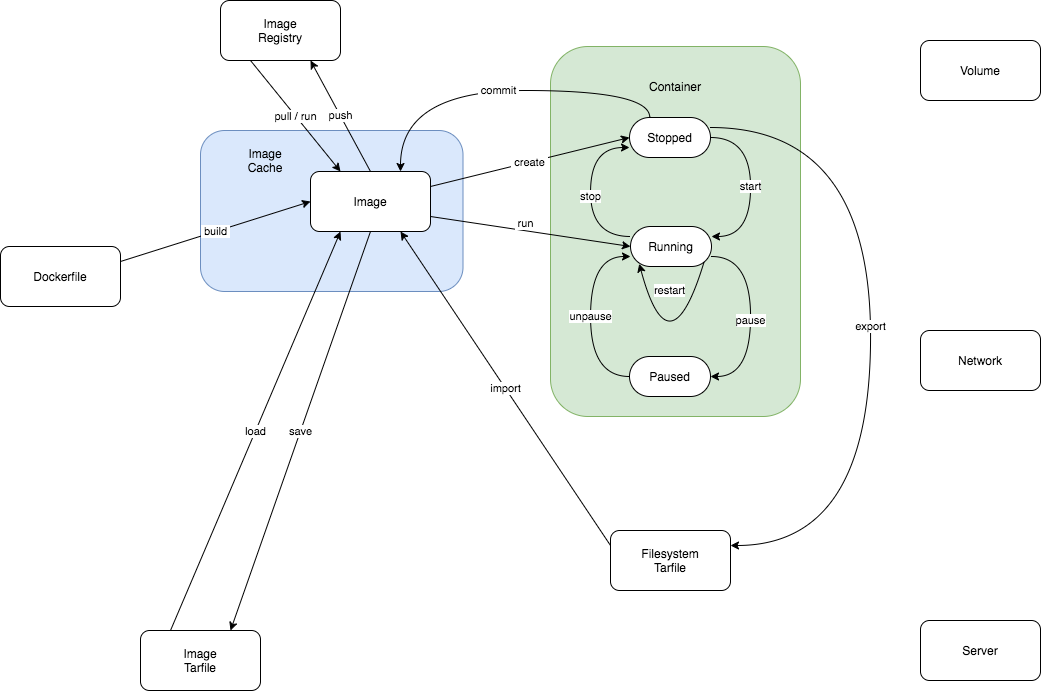
Earlier version of the draw.io export draw.io/Docker.flow.png (rwcitek/docker). Source tidied: cells renumbered, new cells last; positions are measured from the earlier drawing's top-left corner, leaving out a move shared by most shapes.
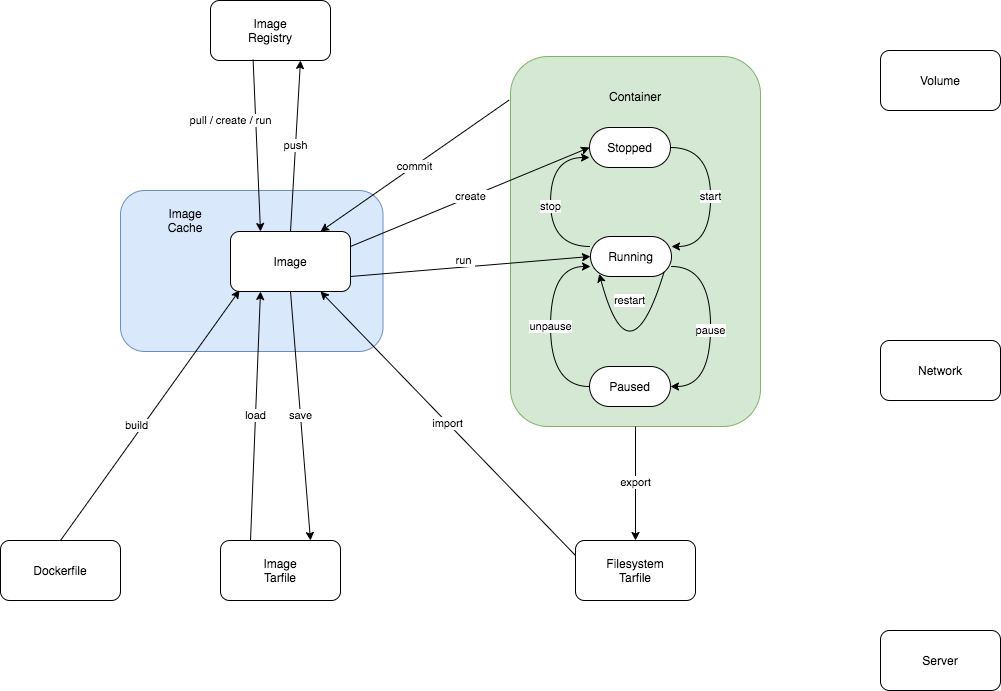
The same file after the commit.

What changed in the source:
```diff
@@ -3,19 +3,19 @@
     <mxCell id="0" />
     <mxCell id="1" parent="0" />
     <mxCell id="2" style="rounded=1;whiteSpace=wrap;html=1;fillColor=#dae8fc;strokeColor=#6c8ebf;" parent="1" vertex="1">
-      <mxGeometry x="200" y="130" width="262.5" height="161" as="geometry" />
+      <mxGeometry x="160" y="180" width="262.5" height="161" as="geometry" />
     </mxCell>
     <mxCell id="3" style="rounded=1;whiteSpace=wrap;html=1;fillColor=#d5e8d4;strokeColor=#82b366;" parent="1" vertex="1">
       <mxGeometry x="550" y="46" width="250" height="370" as="geometry" />
     </mxCell>
     <mxCell id="4" value="Image&lt;br&gt;Registry" style="whiteSpace=wrap;html=1;rounded=1;shadow=0;glass=0;strokeWidth=1;fontColor=#000000;" parent="1" vertex="1">
-      <mxGeometry x="220" width="120" height="60" as="geometry" />
+      <mxGeometry x="250" y="-10" width="120" height="60" as="geometry" />
     </mxCell>
     <mxCell id="5" value="&amp;nbsp;create &lt;br&gt;" style="rounded=0;html=1;exitX=1;exitY=0.25;entryX=0;entryY=0.5;jettySize=auto;" parent="1" edge="1" source="6" target="13">
       <mxGeometry relative="1" as="geometry" />
     </mxCell>
     <mxCell id="6" value="Image" style="whiteSpace=wrap;html=1;rounded=1;shadow=0;glass=0;strokeWidth=1;fontColor=#000000;" parent="1" vertex="1">
-      <mxGeometry x="310" y="171" width="120" height="60" as="geometry" />
+      <mxGeometry x="270" y="221" width="120" height="60" as="geometry" />
     </mxCell>
     <mxCell id="7" value="Volume&lt;br&gt;" style="whiteSpace=wrap;html=1;rounded=1;shadow=0;glass=0;strokeWidth=1;fontColor=#000000;" parent="1" vertex="1">
       <mxGeometry x="920" y="40" width="120" height="60" as="geometry" />
@@ -24,13 +24,13 @@
       <mxGeometry x="920" y="620" width="120" height="60" as="geometry" />
     </mxCell>
     <mxCell id="9" value="Filesystem&lt;br&gt;Tarfile&lt;br&gt;" style="whiteSpace=wrap;html=1;rounded=1;shadow=0;glass=0;strokeWidth=1;fontColor=#000000;" parent="1" vertex="1">
-      <mxGeometry x="610" y="530" width="120" height="60" as="geometry" />
+      <mxGeometry x="615" y="530" width="120" height="60" as="geometry" />
     </mxCell>
     <mxCell id="10" value="Image&lt;br&gt;Tarfile&lt;br&gt;" style="whiteSpace=wrap;html=1;rounded=1;shadow=0;glass=0;strokeWidth=1;fontColor=#000000;" parent="1" vertex="1">
-      <mxGeometry x="140" y="630" width="120" height="60" as="geometry" />
+      <mxGeometry x="260" y="530" width="120" height="60" as="geometry" />
     </mxCell>
     <mxCell id="11" value="Dockerfile" style="whiteSpace=wrap;html=1;rounded=1;shadow=0;glass=0;strokeWidth=1;fontColor=#000000;" parent="1" vertex="1">
-      <mxGeometry y="246" width="120" height="60" as="geometry" />
+      <mxGeometry x="40" y="530" width="120" height="60" as="geometry" />
     </mxCell>
     <mxCell id="12" value="start" style="rounded=1;html=1;exitX=1;exitY=0.5;entryX=1;entryY=0.25;startArrow=none;startFill=0;endArrow=classic;endFill=1;strokeColor=#000000;fontColor=#000000;edgeStyle=orthogonalEdgeStyle;curved=1;" parent="1" edge="1" source="13" target="17">
       <mxGeometry relative="1" as="geometry">
@@ -80,8 +80,8 @@
     <mxCell id="19" value="Paused" style="rounded=1;whiteSpace=wrap;html=1;shadow=0;glass=0;strokeWidth=1;fontColor=#000000;arcSize=50;direction=east;" parent="1" vertex="1">
       <mxGeometry x="629" y="356" width="81" height="40" as="geometry" />
     </mxCell>
-    <mxCell id="20" value="&amp;nbsp;build &lt;br&gt;" style="endArrow=classic;html=1;exitX=1;exitY=0.25;entryX=0;entryY=0.5;" parent="1" edge="1" source="11" target="6">
-      <mxGeometry relative="1" as="geometry" />
+    <mxCell id="20" value="&amp;nbsp;build &lt;br&gt;" style="endArrow=classic;html=1;exitX=0.5;exitY=0;entryX=0.076;entryY=0.979;exitDx=0;exitDy=0;entryDx=0;entryDy=0;entryPerimeter=0;" parent="1" edge="1" source="11" target="6">
+      <mxGeometry x="-0.1" y="5" relative="1" as="geometry" />
     </mxCell>
     <mxCell id="21" value="Container" style="text;html=1;strokeColor=none;fillColor=none;align=center;verticalAlign=middle;whiteSpace=wrap;overflow=hidden;direction=south;" parent="1" vertex="1">
       <mxGeometry x="630" y="66" width="90" height="40" as="geometry" />
@@ -89,8 +89,8 @@
     <mxCell id="22" value="&amp;nbsp;run &lt;br&gt;" style="endArrow=classic;html=1;entryX=0;entryY=0.5;exitX=1;exitY=0.75;" parent="1" edge="1" source="6" target="17">
       <mxGeometry x="-0.05" y="7" relative="1" as="geometry" />
     </mxCell>
-    <mxCell id="23" value="pull / run&lt;br&gt;" style="endArrow=classic;html=1;exitX=0.25;exitY=1;entryX=0.25;entryY=0;" parent="1" edge="1" source="4" target="6">
-      <mxGeometry relative="1" as="geometry" />
+    <mxCell id="23" value="pull /&amp;nbsp;create / run" style="endArrow=classic;html=1;exitX=0.355;exitY=0.986;entryX=0.25;entryY=0;exitDx=0;exitDy=0;exitPerimeter=0;" parent="1" edge="1" source="4" target="6">
+      <mxGeometry x="-0.3" y="-25" relative="1" as="geometry" />
     </mxCell>
     <mxCell id="24" value="&amp;nbsp;push &lt;br&gt;" style="endArrow=classic;html=1;exitX=0.5;exitY=0;entryX=0.75;entryY=1;exitDx=0;exitDy=0;" parent="1" edge="1" source="6" target="4">
       <mxGeometry relative="1" as="geometry" />
@@ -101,27 +101,17 @@
     <mxCell id="26" value="&amp;nbsp;save &lt;br&gt;" style="endArrow=classic;html=1;entryX=0.75;entryY=0;exitX=0.5;exitY=1;" parent="1" edge="1" source="6" target="10">
       <mxGeometry relative="1" as="geometry" />
     </mxCell>
-    <mxCell id="27" value="&amp;nbsp;export &lt;br&gt;" style="endArrow=classic;html=1;exitX=1;exitY=0.25;edgeStyle=orthogonalEdgeStyle;entryX=1;entryY=0.25;curved=1;" parent="1" edge="1" source="13" target="9">
-      <mxGeometry relative="1" as="geometry">
-        <Array as="points">
-          <mxPoint x="870" y="127" />
-          <mxPoint x="870" y="545" />
-        </Array>
-      </mxGeometry>
+    <mxCell id="27" value="&amp;nbsp;export &lt;br&gt;" style="endArrow=classic;html=1;exitX=0.5;exitY=1;entryX=0.5;entryY=0;exitDx=0;exitDy=0;entryDx=0;entryDy=0;" parent="1" edge="1" source="3" target="9">
+      <mxGeometry relative="1" as="geometry" />
     </mxCell>
-    <mxCell id="28" value="&amp;nbsp;commit &lt;br&gt;" style="endArrow=classic;html=1;entryX=0.75;entryY=0;exitX=0.25;exitY=0;edgeStyle=orthogonalEdgeStyle;curved=1;" parent="1" edge="1" source="13" target="6">
-      <mxGeometry relative="1" as="geometry">
-        <Array as="points">
-          <mxPoint x="649" y="90" />
-          <mxPoint x="400" y="90" />
-        </Array>
-      </mxGeometry>
+    <mxCell id="28" value="&amp;nbsp;commit &lt;br&gt;" style="endArrow=classic;html=1;entryX=0.75;entryY=0;exitX=-0.006;exitY=0.118;exitDx=0;exitDy=0;exitPerimeter=0;" parent="1" edge="1" source="3" target="6">
+      <mxGeometry relative="1" as="geometry" />
     </mxCell>
     <mxCell id="29" value="&amp;nbsp;import &lt;br&gt;" style="endArrow=classic;html=1;entryX=0.75;entryY=1;exitX=0;exitY=0.25;" parent="1" edge="1" source="9" target="6">
       <mxGeometry relative="1" as="geometry" />
     </mxCell>
     <mxCell id="30" value="Image&lt;br&gt;Cache" style="text;html=1;strokeColor=none;fillColor=none;align=center;verticalAlign=middle;whiteSpace=wrap;overflow=hidden;direction=south;" parent="1" vertex="1">
-      <mxGeometry x="220" y="140" width="90" height="40" as="geometry" />
+      <mxGeometry x="180" y="190" width="90" height="40" as="geometry" />
     </mxCell>
     <mxCell id="31" value="Network" style="whiteSpace=wrap;html=1;rounded=1;shadow=0;glass=0;strokeWidth=1;fontColor=#000000;" parent="1" vertex="1">
       <mxGeometry x="920" y="330" width="120" height="60" as="geometry" />
```
